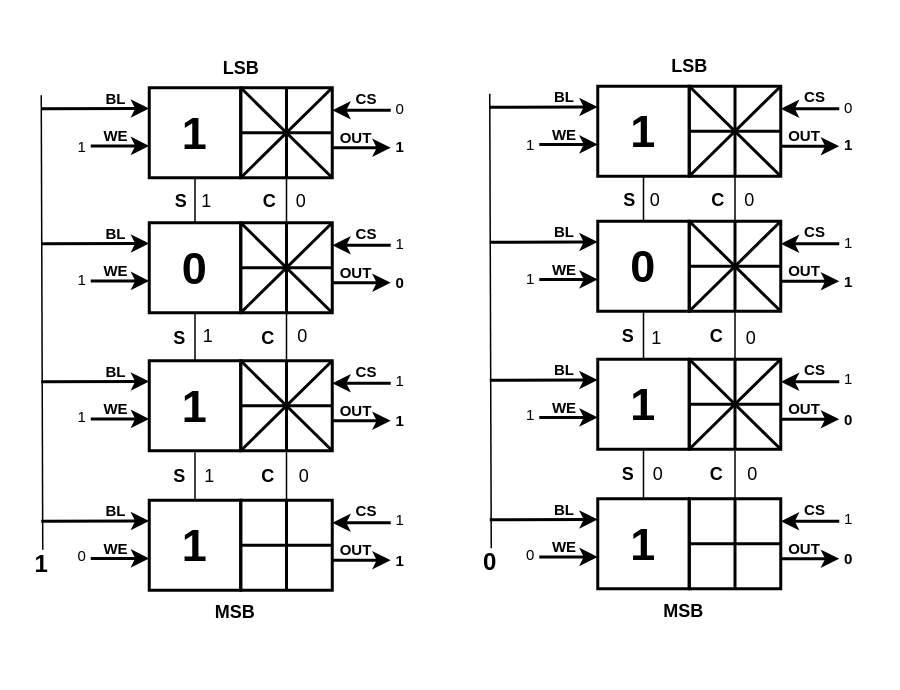
Before: Untitled Diagram.drawio in ararajs/fyp, a draw.io diagram. Source tidied: cells renumbered, new cells numbered last; positions are measured from the earlier drawing's top-left corner, leaving out a move shared by most shapes. Both pictures are drawn from the tidied source at 150%, with x=0, y=0 at pixel (26, 26).
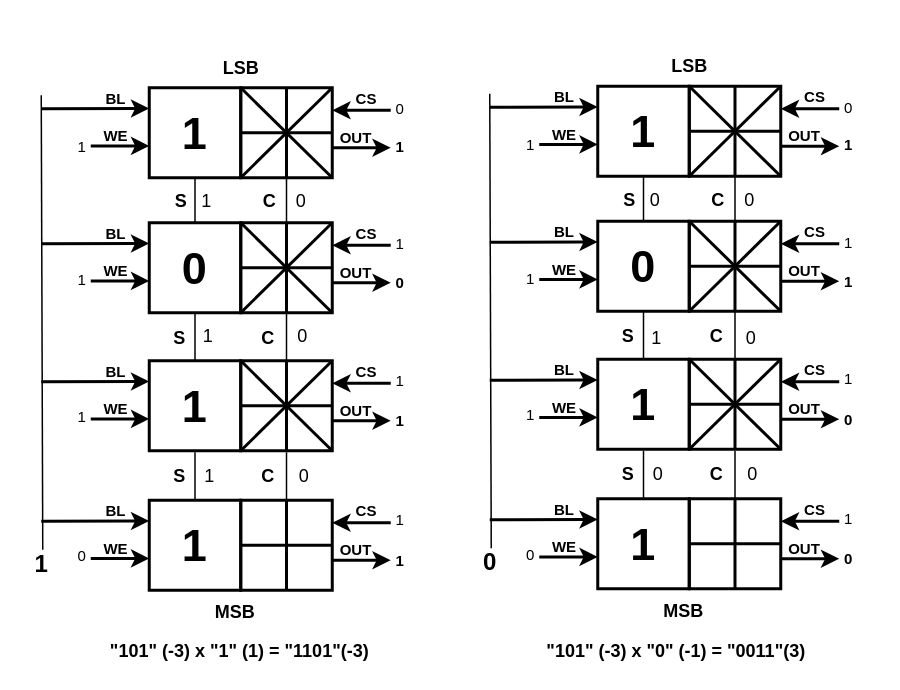
After the change.

Diff of the diagram source:
```diff
@@
+    <mxCell id="178" value="&lt;font style=&quot;font-size: 12px&quot;&gt;&lt;b&gt;&quot;101&quot; (-3) x &quot;1&quot; (1) = &quot;1101&quot;(-3)&lt;/b&gt;&lt;/font&gt;" style="text;html=1;align=center;verticalAlign=middle;strokeColor=none;fillColor=none;fontSize=10;" parent="1" vertex="1">
+      <mxGeometry x="50" y="408" width="183" height="18" as="geometry" />
+    </mxCell>
+    <mxCell id="179" value="&lt;font style=&quot;font-size: 12px&quot;&gt;&lt;b&gt;&quot;101&quot; (-3) x &quot;0&quot; (-1) = &quot;0011&quot;(3)&lt;/b&gt;&lt;/font&gt;" style="text;html=1;align=center;verticalAlign=middle;strokeColor=none;fillColor=none;fontSize=10;" parent="1" vertex="1">
+      <mxGeometry x="341" y="408" width="183" height="18" as="geometry" />
+    </mxCell>
```
